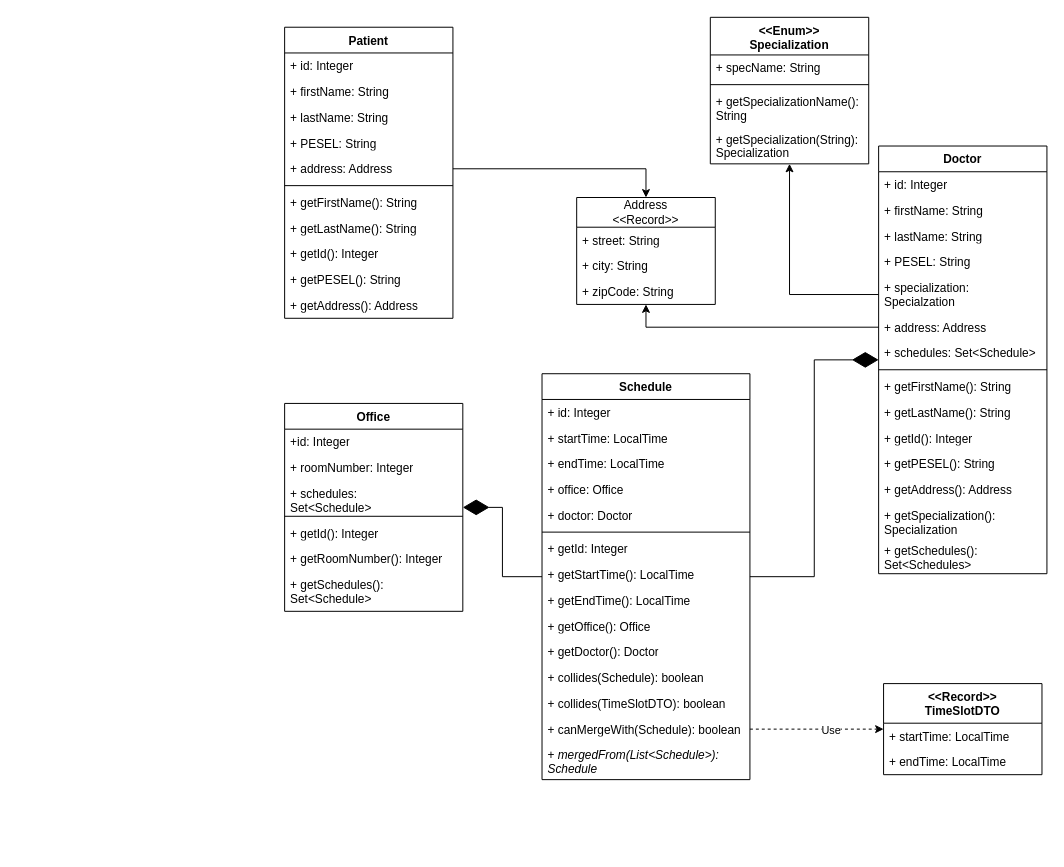
Before: nfz_uml.drawio in adriankrawczyk/DK_WT_0800_ORZECHY, a draw.io diagram. Source tidied: cells renumbered, new cells numbered last; positions are measured from the earlier drawing's top-left corner, leaving out a move shared by most shapes. Both pictures are drawn from the tidied source at 99%, with x=0, y=0 at pixel (284, 17).
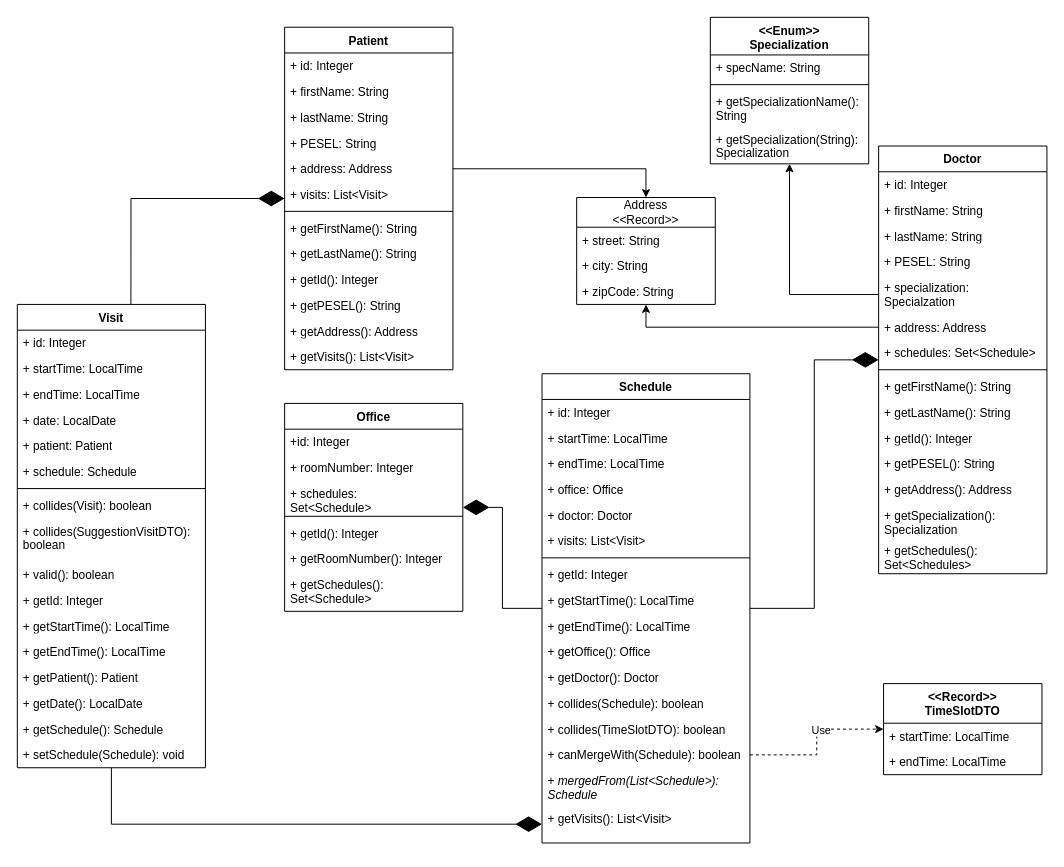
The same page after the edit.

What changed in the source:
```diff
@@
     <mxCell id="40" value="Schedule" style="swimlane;fontStyle=1;align=center;verticalAlign=top;horizontal=1;startSize=26;whiteSpace=wrap;html=1;" parent="1" vertex="1">
-      <mxGeometry x="260" y="360" width="210" height="410" as="geometry" />
+      <mxGeometry x="260" y="360" width="210" height="474" as="geometry" />
     </mxCell>
@@
+    <mxCell id="73" value="+ visits: List&amp;lt;Visit&amp;gt;" style="text;strokeColor=none;fillColor=none;align=left;verticalAlign=top;spacingLeft=4;spacingRight=4;overflow=hidden;whiteSpace=wrap;html=1;" parent="40" vertex="1">
+      <mxGeometry y="156" width="210" height="26" as="geometry" />
+    </mxCell>
     <mxCell id="46" style="line;strokeWidth=1;fillColor=none;align=left;verticalAlign=middle;spacingTop=-1;spacingLeft=3;spacingRight=3;labelPosition=right;strokeColor=inherit;" parent="40" vertex="1">
-      <mxGeometry y="156" width="210" height="8" as="geometry" />
+      <mxGeometry y="182" width="210" height="8" as="geometry" />
     </mxCell>
     <mxCell id="47" value="+ getId: Integer" style="text;strokeColor=none;fillColor=none;align=left;verticalAlign=top;spacingLeft=4;spacingRight=4;overflow=hidden;whiteSpace=wrap;html=1;" parent="40" vertex="1">
-      <mxGeometry y="164" width="210" height="26" as="geometry" />
+      <mxGeometry y="190" width="210" height="26" as="geometry" />
     </mxCell>
     <mxCell id="48" value="+ getStartTime(): LocalTime" style="text;strokeColor=none;fillColor=none;align=left;verticalAlign=top;spacingLeft=4;spacingRight=4;overflow=hidden;whiteSpace=wrap;html=1;" parent="40" vertex="1">
-      <mxGeometry y="190" width="210" height="26" as="geometry" />
+      <mxGeometry y="216" width="210" height="26" as="geometry" />
     </mxCell>
     <mxCell id="49" value="+ getEndTime(): LocalTime&lt;div&gt;&lt;br&gt;&lt;/div&gt;" style="text;strokeColor=none;fillColor=none;align=left;verticalAlign=top;spacingLeft=4;spacingRight=4;overflow=hidden;whiteSpace=wrap;html=1;" parent="40" vertex="1">
-      <mxGeometry y="216" width="210" height="26" as="geometry" />
+      <mxGeometry y="242" width="210" height="26" as="geometry" />
     </mxCell>
     <mxCell id="50" value="+ getOffice(): Office" style="text;strokeColor=none;fillColor=none;align=left;verticalAlign=top;spacingLeft=4;spacingRight=4;overflow=hidden;whiteSpace=wrap;html=1;" parent="40" vertex="1">
-      <mxGeometry y="242" width="210" height="26" as="geometry" />
+      <mxGeometry y="268" width="210" height="26" as="geometry" />
     </mxCell>
     <mxCell id="51" value="+ getDoctor(): Doctor" style="text;strokeColor=none;fillColor=none;align=left;verticalAlign=top;spacingLeft=4;spacingRight=4;overflow=hidden;whiteSpace=wrap;html=1;" parent="40" vertex="1">
-      <mxGeometry y="268" width="210" height="26" as="geometry" />
+      <mxGeometry y="294" width="210" height="26" as="geometry" />
     </mxCell>
     <mxCell id="52" value="+ collides(Schedule): boolean" style="text;strokeColor=none;fillColor=none;align=left;verticalAlign=top;spacingLeft=4;spacingRight=4;overflow=hidden;whiteSpace=wrap;html=1;" parent="40" vertex="1">
-      <mxGeometry y="294" width="210" height="26" as="geometry" />
+      <mxGeometry y="320" width="210" height="26" as="geometry" />
     </mxCell>
     <mxCell id="53" value="+ collides(TimeSlotDTO): boolean" style="text;strokeColor=none;fillColor=none;align=left;verticalAlign=top;spacingLeft=4;spacingRight=4;overflow=hidden;whiteSpace=wrap;html=1;" parent="40" vertex="1">
-      <mxGeometry y="320" width="210" height="26" as="geometry" />
+      <mxGeometry y="346" width="210" height="26" as="geometry" />
     </mxCell>
     <mxCell id="54" value="+ canMergeWith(Schedule): boolean" style="text;strokeColor=none;fillColor=none;align=left;verticalAlign=top;spacingLeft=4;spacingRight=4;overflow=hidden;points=[[0,0.5],[1,0.5]];portConstraint=eastwest;whiteSpace=wrap;html=1;" parent="40" vertex="1">
-      <mxGeometry y="346" width="210" height="26" as="geometry" />
+      <mxGeometry y="372" width="210" height="26" as="geometry" />
     </mxCell>
     <mxCell id="55" value="+ &lt;i&gt;mergedFrom(List&amp;lt;Schedule&amp;gt;):&lt;br&gt;Schedule&lt;/i&gt;" style="text;strokeColor=none;fillColor=none;align=left;verticalAlign=top;spacingLeft=4;spacingRight=4;overflow=hidden;whiteSpace=wrap;html=1;" parent="40" vertex="1">
-      <mxGeometry y="372" width="210" height="38" as="geometry" />
+      <mxGeometry y="398" width="210" height="38" as="geometry" />
     </mxCell>
+    <mxCell id="74" value="+ getVisits(): List&amp;lt;Visit&amp;gt;" style="text;strokeColor=none;fillColor=none;align=left;verticalAlign=top;spacingLeft=4;spacingRight=4;overflow=hidden;points=[[0,0.5],[1,0.5]];portConstraint=eastwest;whiteSpace=wrap;html=1;" parent="40" vertex="1">
+      <mxGeometry y="436" width="210" height="38" as="geometry" />
+    </mxCell>
     <mxCell id="56" value="Patient" style="swimlane;fontStyle=1;align=center;verticalAlign=top;horizontal=1;startSize=26;whiteSpace=wrap;html=1;fillStyle=solid;fillColor=#FFFFFF;labelBackgroundColor=default;" parent="1" vertex="1">
-      <mxGeometry y="10" width="170" height="294" as="geometry" />
+      <mxGeometry y="10" width="170" height="346" as="geometry" />
     </mxCell>
@@
+    <mxCell id="75" value="+ visits: List&amp;lt;Visit&amp;gt;" style="text;strokeColor=none;fillColor=none;align=left;verticalAlign=top;spacingLeft=4;spacingRight=4;overflow=hidden;whiteSpace=wrap;html=1;" parent="56" vertex="1">
+      <mxGeometry y="156" width="170" height="26" as="geometry" />
+    </mxCell>
     <mxCell id="62" style="line;strokeWidth=1;fillColor=none;align=left;verticalAlign=middle;spacingTop=-1;spacingLeft=3;spacingRight=3;labelPosition=right;strokeColor=inherit;" parent="56" vertex="1">
-      <mxGeometry y="156" width="170" height="8" as="geometry" />
+      <mxGeometry y="182" width="170" height="8" as="geometry" />
     </mxCell>
     <mxCell id="63" value="+ getFirstName(): String&lt;div&gt;&lt;br&gt;&lt;/div&gt;" style="text;strokeColor=none;fillColor=none;align=left;verticalAlign=top;spacingLeft=4;spacingRight=4;overflow=hidden;whiteSpace=wrap;html=1;" parent="56" vertex="1">
-      <mxGeometry y="164" width="170" height="26" as="geometry" />
+      <mxGeometry y="190" width="170" height="26" as="geometry" />
     </mxCell>
     <mxCell id="64" value="+ getLastName(): String" style="text;strokeColor=none;fillColor=none;align=left;verticalAlign=top;spacingLeft=4;spacingRight=4;overflow=hidden;whiteSpace=wrap;html=1;" parent="56" vertex="1">
-      <mxGeometry y="190" width="170" height="26" as="geometry" />
+      <mxGeometry y="216" width="170" height="26" as="geometry" />
     </mxCell>
     <mxCell id="65" value="+ getId(): Integer" style="text;strokeColor=none;fillColor=none;align=left;verticalAlign=top;spacingLeft=4;spacingRight=4;overflow=hidden;whiteSpace=wrap;html=1;" parent="56" vertex="1">
-      <mxGeometry y="216" width="170" height="26" as="geometry" />
+      <mxGeometry y="242" width="170" height="26" as="geometry" />
     </mxCell>
     <mxCell id="66" value="+ getPESEL(): String" style="text;strokeColor=none;fillColor=none;align=left;verticalAlign=top;spacingLeft=4;spacingRight=4;overflow=hidden;whiteSpace=wrap;html=1;" parent="56" vertex="1">
-      <mxGeometry y="242" width="170" height="26" as="geometry" />
+      <mxGeometry y="268" width="170" height="26" as="geometry" />
     </mxCell>
     <mxCell id="67" value="+ getAddress(): Address" style="text;strokeColor=none;fillColor=none;align=left;verticalAlign=top;spacingLeft=4;spacingRight=4;overflow=hidden;whiteSpace=wrap;html=1;" parent="56" vertex="1">
-      <mxGeometry y="268" width="170" height="26" as="geometry" />
+      <mxGeometry y="294" width="170" height="26" as="geometry" />
     </mxCell>
+    <mxCell id="76" value="+ getVisits(): List&amp;lt;Visit&amp;gt;" style="text;strokeColor=none;fillColor=none;align=left;verticalAlign=top;spacingLeft=4;spacingRight=4;overflow=hidden;whiteSpace=wrap;html=1;" parent="56" vertex="1">
+      <mxGeometry y="320" width="170" height="26" as="geometry" />
+    </mxCell>
@@
+    <mxCell id="77" value="Visit" style="swimlane;fontStyle=1;align=center;verticalAlign=top;horizontal=1;startSize=26;whiteSpace=wrap;html=1;" parent="1" vertex="1">
+      <mxGeometry x="-270" y="290" width="190" height="468" as="geometry" />
+    </mxCell>
+    <mxCell id="78" value="+ id: Integer" style="text;strokeColor=none;fillColor=none;align=left;verticalAlign=top;spacingLeft=4;spacingRight=4;overflow=hidden;whiteSpace=wrap;html=1;" parent="77" vertex="1">
+      <mxGeometry y="26" width="190" height="26" as="geometry" />
+    </mxCell>
+    <mxCell id="79" value="+ startTime: LocalTime" style="text;strokeColor=none;fillColor=none;align=left;verticalAlign=top;spacingLeft=4;spacingRight=4;overflow=hidden;whiteSpace=wrap;html=1;" parent="77" vertex="1">
+      <mxGeometry y="52" width="190" height="26" as="geometry" />
+    </mxCell>
+    <mxCell id="80" value="+ endTime: LocalTime&lt;div&gt;&lt;div&gt;&lt;br&gt;&lt;/div&gt;&lt;/div&gt;" style="text;strokeColor=none;fillColor=none;align=left;verticalAlign=top;spacingLeft=4;spacingRight=4;overflow=hidden;whiteSpace=wrap;html=1;" parent="77" vertex="1">
+      <mxGeometry y="78" width="190" height="26" as="geometry" />
+    </mxCell>
+    <mxCell id="81" value="+ date: LocalDate" style="text;strokeColor=none;fillColor=none;align=left;verticalAlign=top;spacingLeft=4;spacingRight=4;overflow=hidden;whiteSpace=wrap;html=1;" parent="77" vertex="1">
+      <mxGeometry y="104" width="190" height="26" as="geometry" />
+    </mxCell>
+    <mxCell id="82" value="+ patient: Patient" style="text;strokeColor=none;fillColor=none;align=left;verticalAlign=top;spacingLeft=4;spacingRight=4;overflow=hidden;whiteSpace=wrap;html=1;" parent="77" vertex="1">
+      <mxGeometry y="130" width="190" height="26" as="geometry" />
+    </mxCell>
+    <mxCell id="83" value="+ schedule: Schedule" style="text;strokeColor=none;fillColor=none;align=left;verticalAlign=top;spacingLeft=4;spacingRight=4;overflow=hidden;whiteSpace=wrap;html=1;" parent="77" vertex="1">
+      <mxGeometry y="156" width="190" height="26" as="geometry" />
+    </mxCell>
+    <mxCell id="84" style="line;strokeWidth=1;fillColor=none;align=left;verticalAlign=middle;spacingTop=-1;spacingLeft=3;spacingRight=3;labelPosition=right;strokeColor=inherit;" parent="77" vertex="1">
+      <mxGeometry y="182" width="190" height="8" as="geometry" />
+    </mxCell>
+    <mxCell id="85" value="+ collides(Visit): boolean" style="text;strokeColor=none;fillColor=none;align=left;verticalAlign=top;spacingLeft=4;spacingRight=4;overflow=hidden;whiteSpace=wrap;html=1;" parent="77" vertex="1">
+      <mxGeometry y="190" width="190" height="26" as="geometry" />
+    </mxCell>
+    <mxCell id="86" value="+ collides(&lt;span style=&quot;background-color: transparent; color: light-dark(rgb(0, 0, 0), rgb(255, 255, 255));&quot;&gt;SuggestionVisitDTO):&lt;/span&gt;&lt;div&gt;boolean&lt;/div&gt;" style="text;strokeColor=none;fillColor=none;align=left;verticalAlign=top;spacingLeft=4;spacingRight=4;overflow=hidden;whiteSpace=wrap;html=1;" parent="77" vertex="1">
+      <mxGeometry y="216" width="190" height="44" as="geometry" />
+    </mxCell>
+    <mxCell id="87" value="+ valid(): boolean" style="text;strokeColor=none;fillColor=none;align=left;verticalAlign=top;spacingLeft=4;spacingRight=4;overflow=hidden;whiteSpace=wrap;html=1;" parent="77" vertex="1">
+      <mxGeometry y="260" width="190" height="26" as="geometry" />
+    </mxCell>
+    <mxCell id="88" value="+ getId: Integer" style="text;strokeColor=none;fillColor=none;align=left;verticalAlign=top;spacingLeft=4;spacingRight=4;overflow=hidden;whiteSpace=wrap;html=1;" parent="77" vertex="1">
+      <mxGeometry y="286" width="190" height="26" as="geometry" />
+    </mxCell>
+    <mxCell id="89" value="+ getStartTime(): LocalTime" style="text;strokeColor=none;fillColor=none;align=left;verticalAlign=top;spacingLeft=4;spacingRight=4;overflow=hidden;whiteSpace=wrap;html=1;" parent="77" vertex="1">
+      <mxGeometry y="312" width="190" height="26" as="geometry" />
+    </mxCell>
+    <mxCell id="90" value="+ getEndTime(): LocalTime&lt;div&gt;&lt;br&gt;&lt;/div&gt;" style="text;strokeColor=none;fillColor=none;align=left;verticalAlign=top;spacingLeft=4;spacingRight=4;overflow=hidden;whiteSpace=wrap;html=1;" parent="77" vertex="1">
+      <mxGeometry y="338" width="190" height="26" as="geometry" />
+    </mxCell>
+    <mxCell id="91" value="+ getPatient(): Patient" style="text;strokeColor=none;fillColor=none;align=left;verticalAlign=top;spacingLeft=4;spacingRight=4;overflow=hidden;whiteSpace=wrap;html=1;" parent="77" vertex="1">
+      <mxGeometry y="364" width="190" height="26" as="geometry" />
+    </mxCell>
+    <mxCell id="92" value="+ getDate(): LocalDate&lt;div&gt;&lt;br&gt;&lt;/div&gt;" style="text;strokeColor=none;fillColor=none;align=left;verticalAlign=top;spacingLeft=4;spacingRight=4;overflow=hidden;whiteSpace=wrap;html=1;" parent="77" vertex="1">
+      <mxGeometry y="390" width="190" height="26" as="geometry" />
+    </mxCell>
+    <mxCell id="93" value="+ getSchedule(): Schedule" style="text;strokeColor=none;fillColor=none;align=left;verticalAlign=top;spacingLeft=4;spacingRight=4;overflow=hidden;whiteSpace=wrap;html=1;" parent="77" vertex="1">
+      <mxGeometry y="416" width="190" height="26" as="geometry" />
+    </mxCell>
+    <mxCell id="94" value="+ setSchedule(Schedule): void" style="text;strokeColor=none;fillColor=none;align=left;verticalAlign=top;spacingLeft=4;spacingRight=4;overflow=hidden;whiteSpace=wrap;html=1;" parent="77" vertex="1">
+      <mxGeometry y="442" width="190" height="26" as="geometry" />
+    </mxCell>
+    <mxCell id="95" style="endArrow=diamondThin;endFill=1;endSize=24;html=1;rounded=0;edgeStyle=orthogonalEdgeStyle;" parent="1" edge="1" source="77" target="74">
+      <mxGeometry relative="1" as="geometry" />
+    </mxCell>
+    <mxCell id="96" style="endArrow=diamondThin;endFill=1;endSize=24;html=1;rounded=0;edgeStyle=orthogonalEdgeStyle;exitX=0.604;exitY=0;exitDx=0;exitDy=0;exitPerimeter=0;" parent="1" edge="1" source="77" target="56">
+      <mxGeometry relative="1" as="geometry" />
+    </mxCell>
```
